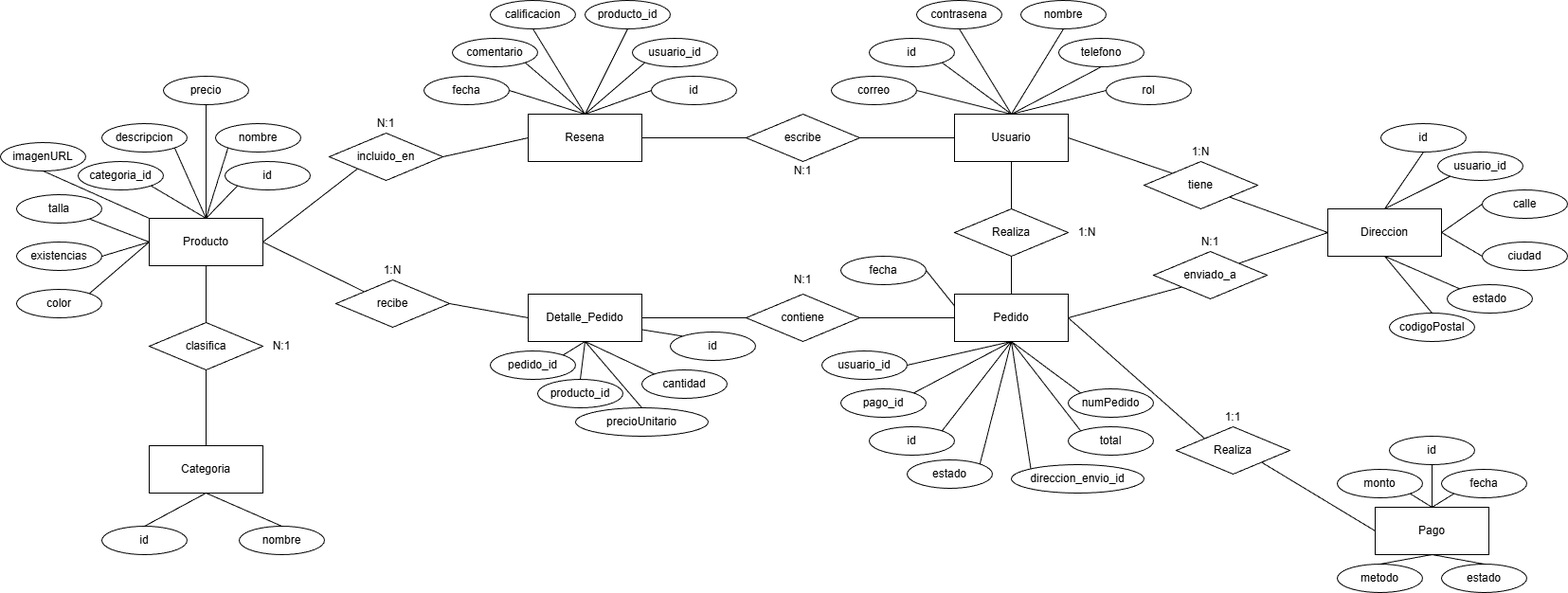
Earlier version of the draw.io export MER/MER.png (Albertojg05/ecommerce_E5). Source tidied: cells renumbered, new cells last; positions are measured from the earlier drawing's top-left corner, leaving out a move shared by most shapes.
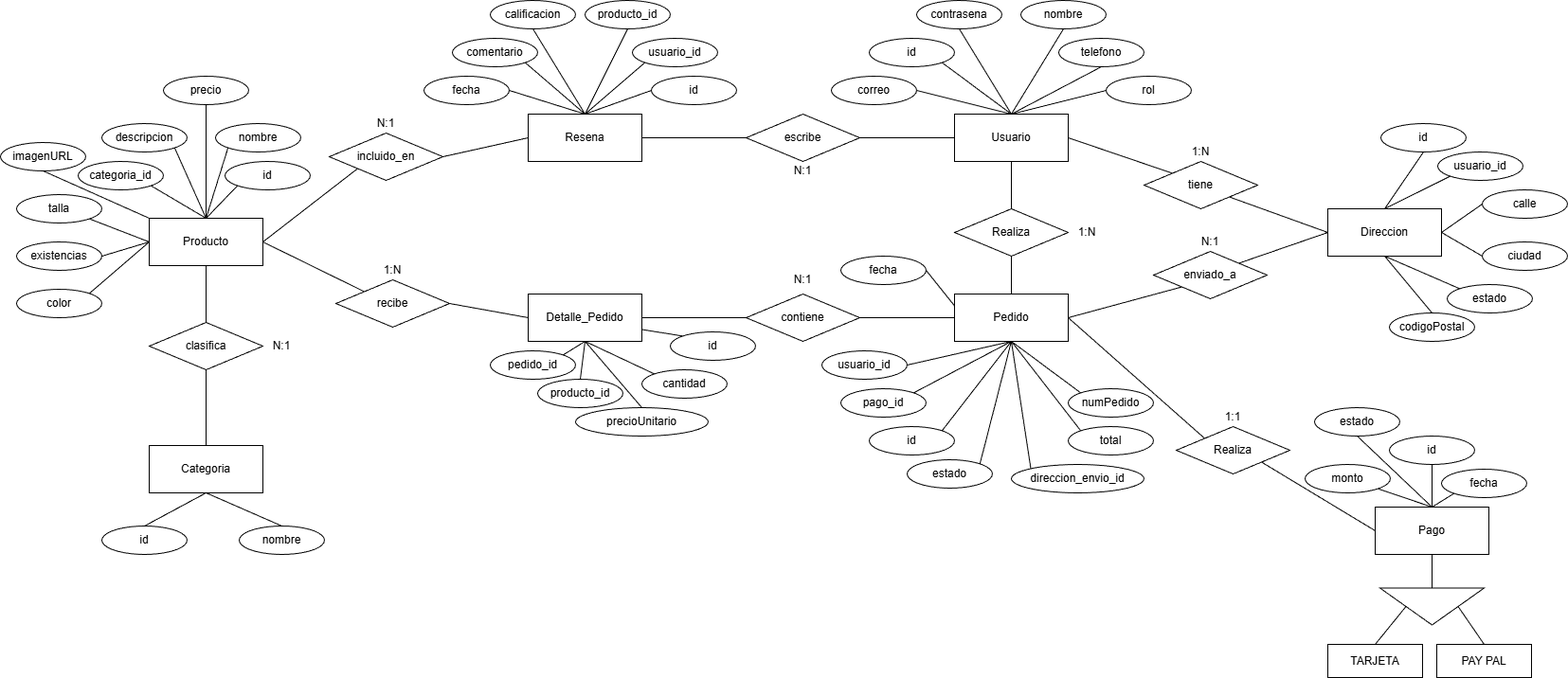
The same file after the commit.

Commit message:
MER Actualizado

Diff of the diagram source:
```diff
@@ -125,19 +125,13 @@
     <mxCell id="42" value="id" style="ellipse;whiteSpace=wrap;html=1;" parent="1" vertex="1">
       <mxGeometry x="1466" y="460" width="90" height="30" as="geometry" />
     </mxCell>
-    <mxCell id="43" value="metodo" style="ellipse;whiteSpace=wrap;html=1;" parent="1" vertex="1">
-      <mxGeometry x="1411" y="595" width="90" height="30" as="geometry" />
-    </mxCell>
     <mxCell id="44" value="estado" style="ellipse;whiteSpace=wrap;html=1;" parent="1" vertex="1">
-      <mxGeometry x="1521" y="595" width="90" height="30" as="geometry" />
+      <mxGeometry x="1387" y="430" width="90" height="30" as="geometry" />
     </mxCell>
     <mxCell id="45" value="monto" style="ellipse;whiteSpace=wrap;html=1;" parent="1" vertex="1">
-      <mxGeometry x="1411" y="495" width="90" height="30" as="geometry" />
+      <mxGeometry x="1377" y="490" width="90" height="30" as="geometry" />
     </mxCell>
-    <mxCell id="46" style="endArrow=none;html=1;rounded=0;exitX=0.5;exitY=0;exitDx=0;exitDy=0;entryX=0.5;entryY=1;entryDx=0;entryDy=0;" parent="1" edge="1" source="43" target="39">
-      <mxGeometry relative="1" as="geometry" />
-    </mxCell>
-    <mxCell id="47" style="endArrow=none;html=1;rounded=0;exitX=0.5;exitY=1;exitDx=0;exitDy=0;entryX=0.5;entryY=0;entryDx=0;entryDy=0;" parent="1" edge="1" source="39" target="44">
+    <mxCell id="47" style="endArrow=none;html=1;rounded=0;exitX=0.5;exitY=0;exitDx=0;exitDy=0;entryX=0.5;entryY=1;entryDx=0;entryDy=0;" parent="1" edge="1" source="39" target="44">
       <mxGeometry relative="1" as="geometry" />
     </mxCell>
     <mxCell id="48" style="endArrow=none;html=1;rounded=0;exitX=0.5;exitY=0;exitDx=0;exitDy=0;entryX=0;entryY=1;entryDx=0;entryDy=0;" parent="1" edge="1" source="39" target="41">
@@ -416,5 +410,23 @@
     <mxCell id="139" style="endArrow=none;html=1;rounded=0;exitX=0.5;exitY=1;exitDx=0;exitDy=0;entryX=0.5;entryY=0;entryDx=0;entryDy=0;" parent="1" edge="1" source="132" target="137">
       <mxGeometry relative="1" as="geometry" />
     </mxCell>
+    <mxCell id="140" style="triangle;whiteSpace=wrap;html=1;rotation=90;" parent="1" vertex="1">
+      <mxGeometry x="1491.5" y="585" width="39" height="110" as="geometry" />
+    </mxCell>
+    <mxCell id="141" style="endArrow=none;html=1;rounded=0;entryX=0.5;entryY=1;entryDx=0;entryDy=0;exitX=0;exitY=0.5;exitDx=0;exitDy=0;" parent="1" edge="1" source="140" target="39">
+      <mxGeometry relative="1" as="geometry" />
+    </mxCell>
+    <mxCell id="142" style="endArrow=none;html=1;rounded=0;entryX=0.5;entryY=1;entryDx=0;entryDy=0;exitX=0.5;exitY=0;exitDx=0;exitDy=0;" parent="1" edge="1" source="144" target="140">
+      <mxGeometry relative="1" as="geometry" />
+    </mxCell>
+    <mxCell id="143" style="endArrow=none;html=1;rounded=0;entryX=0.5;entryY=0;entryDx=0;entryDy=0;exitX=0.5;exitY=0;exitDx=0;exitDy=0;" parent="1" edge="1" source="145" target="140">
+      <mxGeometry relative="1" as="geometry" />
+    </mxCell>
+    <mxCell id="144" value="TARJETA" style="rounded=0;whiteSpace=wrap;html=1;" parent="1" vertex="1">
+      <mxGeometry x="1401" y="680" width="100" height="35" as="geometry" />
+    </mxCell>
+    <mxCell id="145" value="PAY PAL" style="rounded=0;whiteSpace=wrap;html=1;" parent="1" vertex="1">
+      <mxGeometry x="1516" y="680" width="100" height="35" as="geometry" />
+    </mxCell>
   </root>
 </mxGraphModel>
```
